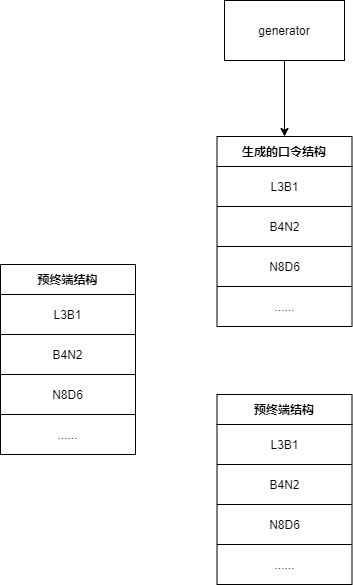
lakomi/pictures keeps this draw.io diagram as seqgan-fill.drawio.png. Above is the earlier version. Source tidied: cells renumbered, new cells last; positions are measured from the earlier drawing's top-left corner, leaving out a move shared by most shapes.
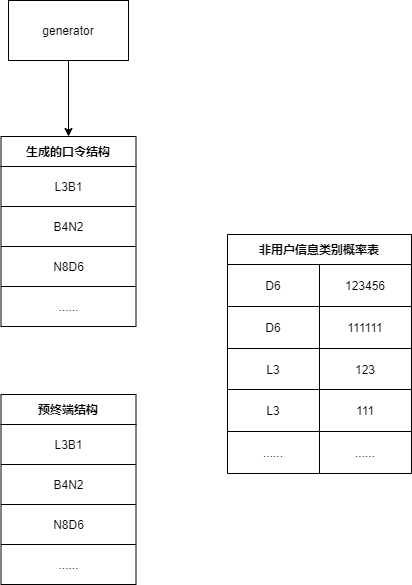
Above is the later version.

Change to the diagram source:
```diff
@@ -62,32 +62,53 @@
     <mxCell id="21" value="......" style="shape=partialRectangle;html=1;whiteSpace=wrap;fillColor=none;top=0;left=0;bottom=0;right=0;overflow=hidden;" parent="20" vertex="1">
       <mxGeometry width="135" height="40" as="geometry" />
     </mxCell>
-    <mxCell id="22" value="预终端结构" style="shape=table;startSize=30;fontStyle=1;align=center;" parent="1" vertex="1">
-      <mxGeometry y="264" width="135" height="190" as="geometry" />
+    <mxCell id="22" value="非用户信息类别概率表" style="shape=table;startSize=30;fontStyle=1;align=center;" parent="1" vertex="1">
+      <mxGeometry x="443" y="234" width="184" height="239" as="geometry" />
     </mxCell>
     <mxCell id="23" style="shape=tableRow;horizontal=0;startSize=0;swimlaneHead=0;swimlaneBody=0;top=0;left=0;bottom=0;right=0;fillColor=none;" parent="22" vertex="1">
-      <mxGeometry y="30" width="135" height="40" as="geometry" />
+      <mxGeometry y="30" width="184" height="42" as="geometry" />
     </mxCell>
-    <mxCell id="24" value="L3B1" style="shape=partialRectangle;html=1;whiteSpace=wrap;fillColor=none;top=0;left=0;bottom=0;right=0;overflow=hidden;" parent="23" vertex="1">
-      <mxGeometry width="135" height="40" as="geometry" />
+    <mxCell id="24" value="D6" style="shape=partialRectangle;html=1;whiteSpace=wrap;fillColor=none;top=0;left=0;bottom=0;right=0;overflow=hidden;" parent="23" vertex="1">
+      <mxGeometry width="92" height="42" as="geometry" />
     </mxCell>
+    <mxCell id="31" value="123456" style="shape=partialRectangle;html=1;whiteSpace=wrap;fillColor=none;top=0;left=0;bottom=0;right=0;overflow=hidden;" parent="23" vertex="1">
+      <mxGeometry x="92" width="92" height="42" as="geometry" />
+    </mxCell>
     <mxCell id="25" style="shape=tableRow;horizontal=0;startSize=0;swimlaneHead=0;swimlaneBody=0;top=0;left=0;bottom=0;right=0;fillColor=none;" parent="22" vertex="1">
-      <mxGeometry y="70" width="135" height="40" as="geometry" />
+      <mxGeometry y="72" width="184" height="42" as="geometry" />
     </mxCell>
-    <mxCell id="26" value="B4N2" style="shape=partialRectangle;html=1;whiteSpace=wrap;fillColor=none;top=0;left=0;bottom=0;right=0;overflow=hidden;" parent="25" vertex="1">
-      <mxGeometry width="135" height="40" as="geometry" />
+    <mxCell id="26" value="D6" style="shape=partialRectangle;html=1;whiteSpace=wrap;fillColor=none;top=0;left=0;bottom=0;right=0;overflow=hidden;" parent="25" vertex="1">
+      <mxGeometry width="92" height="42" as="geometry" />
     </mxCell>
+    <mxCell id="32" value="111111" style="shape=partialRectangle;html=1;whiteSpace=wrap;fillColor=none;top=0;left=0;bottom=0;right=0;overflow=hidden;" parent="25" vertex="1">
+      <mxGeometry x="92" width="92" height="42" as="geometry" />
+    </mxCell>
     <mxCell id="27" style="shape=tableRow;horizontal=0;startSize=0;swimlaneHead=0;swimlaneBody=0;top=0;left=0;bottom=0;right=0;fillColor=none;" parent="22" vertex="1">
-      <mxGeometry y="110" width="135" height="40" as="geometry" />
+      <mxGeometry y="114" width="184" height="41" as="geometry" />
     </mxCell>
-    <mxCell id="28" value="N8D6" style="shape=partialRectangle;html=1;whiteSpace=wrap;fillColor=none;top=0;left=0;bottom=0;right=0;overflow=hidden;" parent="27" vertex="1">
-      <mxGeometry width="135" height="40" as="geometry" />
+    <mxCell id="28" value="L3" style="shape=partialRectangle;html=1;whiteSpace=wrap;fillColor=none;top=0;left=0;bottom=0;right=0;overflow=hidden;" parent="27" vertex="1">
+      <mxGeometry width="92" height="41" as="geometry" />
     </mxCell>
+    <mxCell id="33" value="123" style="shape=partialRectangle;html=1;whiteSpace=wrap;fillColor=none;top=0;left=0;bottom=0;right=0;overflow=hidden;" parent="27" vertex="1">
+      <mxGeometry x="92" width="92" height="41" as="geometry" />
+    </mxCell>
     <mxCell id="29" style="shape=tableRow;horizontal=0;startSize=0;swimlaneHead=0;swimlaneBody=0;top=0;left=0;bottom=0;right=0;fillColor=none;" parent="22" vertex="1">
-      <mxGeometry y="150" width="135" height="40" as="geometry" />
+      <mxGeometry y="155" width="184" height="42" as="geometry" />
     </mxCell>
-    <mxCell id="30" value="......" style="shape=partialRectangle;html=1;whiteSpace=wrap;fillColor=none;top=0;left=0;bottom=0;right=0;overflow=hidden;" parent="29" vertex="1">
-      <mxGeometry width="135" height="40" as="geometry" />
+    <mxCell id="30" value="L3" style="shape=partialRectangle;html=1;whiteSpace=wrap;fillColor=none;top=0;left=0;bottom=0;right=0;overflow=hidden;" parent="29" vertex="1">
+      <mxGeometry width="92" height="42" as="geometry" />
     </mxCell>
+    <mxCell id="34" value="111" style="shape=partialRectangle;html=1;whiteSpace=wrap;fillColor=none;top=0;left=0;bottom=0;right=0;overflow=hidden;" parent="29" vertex="1">
+      <mxGeometry x="92" width="92" height="42" as="geometry" />
+    </mxCell>
+    <mxCell id="35" style="shape=tableRow;horizontal=0;startSize=0;swimlaneHead=0;swimlaneBody=0;top=0;left=0;bottom=0;right=0;fillColor=none;" parent="22" vertex="1">
+      <mxGeometry y="197" width="184" height="42" as="geometry" />
+    </mxCell>
+    <mxCell id="36" value="......" style="shape=partialRectangle;html=1;whiteSpace=wrap;fillColor=none;top=0;left=0;bottom=0;right=0;overflow=hidden;" parent="35" vertex="1">
+      <mxGeometry width="92" height="42" as="geometry" />
+    </mxCell>
+    <mxCell id="37" value="......" style="shape=partialRectangle;html=1;whiteSpace=wrap;fillColor=none;top=0;left=0;bottom=0;right=0;overflow=hidden;" parent="35" vertex="1">
+      <mxGeometry x="92" width="92" height="42" as="geometry" />
+    </mxCell>
   </root>
 </mxGraphModel>
```
